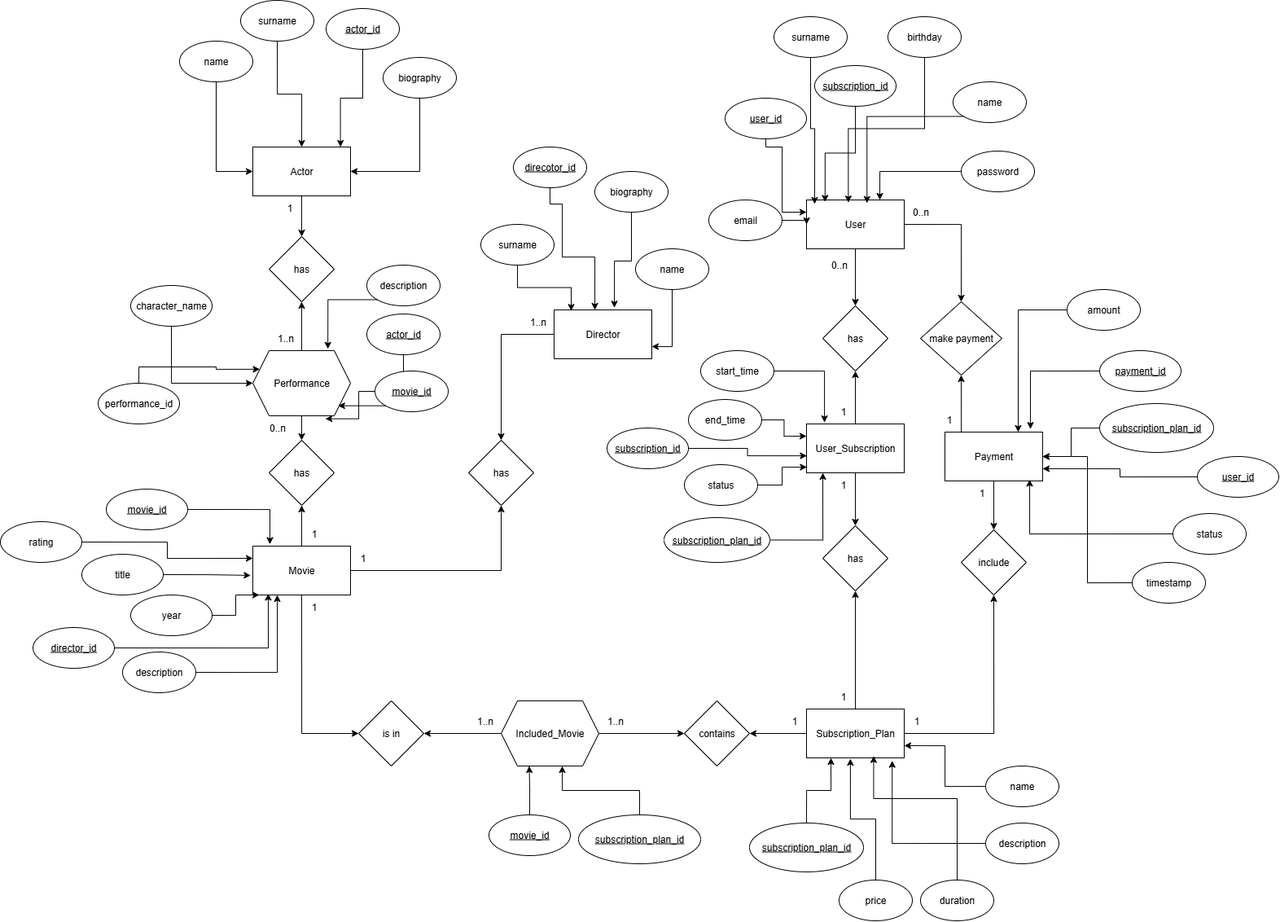
Before: lab1/сhen-notation-streaming-service.png, a diagram exported from draw.io (StudentPP1/KPI). Source tidied: cells renumbered, new cells last; positions are measured from the earlier drawing's top-left corner, leaving out a move shared by most shapes.
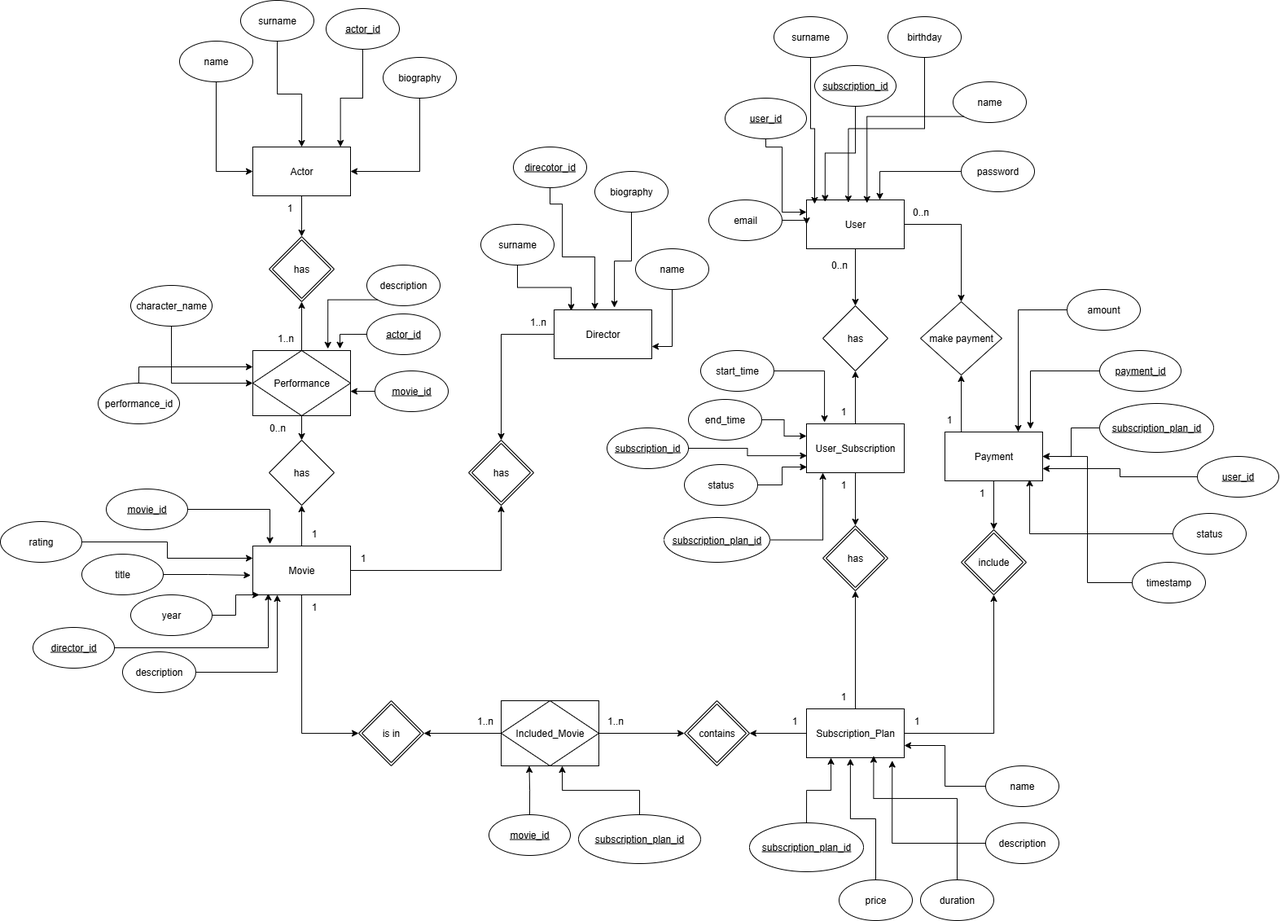
Above is the later version.

Commit message:
feat: fix relationships in chen-notaion

Change to the diagram source:
```diff
@@ -53,7 +53,7 @@
     <mxCell id="18" style="edgeStyle=orthogonalEdgeStyle;rounded=0;jettySize=auto;html=1;exitX=1;exitY=0.5;exitDx=0;exitDy=0;entryX=0;entryY=0.5;entryDx=0;entryDy=0;" parent="1" edge="1" source="19" target="27">
       <mxGeometry relative="1" as="geometry" />
     </mxCell>
-    <mxCell id="19" value="Included_Movie" style="shape=hexagon;perimeter=hexagonPerimeter2;whiteSpace=wrap;html=1;fixedSize=1;" parent="1" vertex="1">
+    <mxCell id="19" value="Included_Movie" style="shape=associativeEntity;whiteSpace=wrap;html=1;fixedSize=1;" parent="1" vertex="1">
       <mxGeometry x="615" y="860" width="120" height="80" as="geometry" />
     </mxCell>
     <mxCell id="20" style="edgeStyle=orthogonalEdgeStyle;rounded=0;jettySize=auto;html=1;exitX=0.5;exitY=0;exitDx=0;exitDy=0;entryX=0.5;entryY=1;entryDx=0;entryDy=0;" parent="1" edge="1" source="22" target="23">
@@ -62,25 +62,25 @@
     <mxCell id="21" style="edgeStyle=orthogonalEdgeStyle;rounded=0;jettySize=auto;html=1;exitX=0.5;exitY=1;exitDx=0;exitDy=0;entryX=0.5;entryY=0;entryDx=0;entryDy=0;" parent="1" edge="1" source="22" target="24">
       <mxGeometry relative="1" as="geometry" />
     </mxCell>
-    <mxCell id="22" value="Performance" style="shape=hexagon;perimeter=hexagonPerimeter2;whiteSpace=wrap;html=1;fixedSize=1;" parent="1" vertex="1">
+    <mxCell id="22" value="Performance" style="shape=associativeEntity;whiteSpace=wrap;html=1;fixedSize=1;" parent="1" vertex="1">
       <mxGeometry x="310" y="430" width="120" height="80" as="geometry" />
     </mxCell>
-    <mxCell id="23" value="has" style="rhombus;whiteSpace=wrap;html=1;" parent="1" vertex="1">
+    <mxCell id="23" value="has" style="whiteSpace=wrap;html=1;shape=rhombus;double=1;perimeter=rhombusPerimeter;" parent="1" vertex="1">
       <mxGeometry x="330" y="290" width="80" height="80" as="geometry" />
     </mxCell>
     <mxCell id="24" value="has" style="rhombus;whiteSpace=wrap;html=1;" parent="1" vertex="1">
       <mxGeometry x="330" y="540" width="80" height="80" as="geometry" />
     </mxCell>
-    <mxCell id="25" value="is in" style="rhombus;whiteSpace=wrap;html=1;" parent="1" vertex="1">
+    <mxCell id="25" value="is in" style="whiteSpace=wrap;html=1;shape=rhombus;double=1;perimeter=rhombusPerimeter;" parent="1" vertex="1">
       <mxGeometry x="440" y="860" width="80" height="80" as="geometry" />
     </mxCell>
-    <mxCell id="26" value="has" style="rhombus;whiteSpace=wrap;html=1;" parent="1" vertex="1">
+    <mxCell id="26" value="has" style="whiteSpace=wrap;html=1;shape=rhombus;double=1;perimeter=rhombusPerimeter;" parent="1" vertex="1">
       <mxGeometry x="575" y="540" width="80" height="80" as="geometry" />
     </mxCell>
-    <mxCell id="27" value="contains" style="rhombus;whiteSpace=wrap;html=1;" parent="1" vertex="1">
+    <mxCell id="27" value="contains" style="whiteSpace=wrap;html=1;shape=rhombus;double=1;perimeter=rhombusPerimeter;" parent="1" vertex="1">
       <mxGeometry x="840" y="860" width="80" height="80" as="geometry" />
     </mxCell>
-    <mxCell id="28" value="has" style="rhombus;whiteSpace=wrap;html=1;" parent="1" vertex="1">
+    <mxCell id="28" value="has" style="whiteSpace=wrap;html=1;shape=rhombus;double=1;perimeter=rhombusPerimeter;" parent="1" vertex="1">
       <mxGeometry x="1010" y="645" width="80" height="80" as="geometry" />
     </mxCell>
     <mxCell id="29" value="1" style="text;html=1;align=center;verticalAlign=middle;strokeColor=none;fillColor=none;" parent="1" vertex="1">
@@ -147,7 +147,7 @@
     <mxCell id="48" value="make payment" style="rhombus;whiteSpace=wrap;html=1;" parent="1" vertex="1">
       <mxGeometry x="1130" y="370" width="100" height="90" as="geometry" />
     </mxCell>
-    <mxCell id="49" value="include" style="rhombus;whiteSpace=wrap;html=1;" parent="1" vertex="1">
+    <mxCell id="49" value="include" style="whiteSpace=wrap;html=1;shape=rhombus;double=1;perimeter=rhombusPerimeter;" parent="1" vertex="1">
       <mxGeometry x="1180" y="650" width="80" height="80" as="geometry" />
     </mxCell>
     <mxCell id="50" value="1" style="text;html=1;align=center;verticalAlign=middle;strokeColor=none;fillColor=none;" parent="1" vertex="1">
@@ -213,15 +213,9 @@
     <mxCell id="70" style="edgeStyle=orthogonalEdgeStyle;rounded=0;jettySize=auto;html=1;exitX=0;exitY=1;exitDx=0;exitDy=0;entryX=0.768;entryY=-0.027;entryDx=0;entryDy=0;entryPerimeter=0;" parent="1" edge="1" source="68" target="22">
       <mxGeometry relative="1" as="geometry" />
     </mxCell>
-    <mxCell id="71" style="edgeStyle=orthogonalEdgeStyle;rounded=0;jettySize=auto;html=1;exitX=0.5;exitY=1;exitDx=0;exitDy=0;entryX=0.873;entryY=0.846;entryDx=0;entryDy=0;entryPerimeter=0;" parent="1" edge="1" source="69" target="22">
-      <mxGeometry relative="1" as="geometry" />
-    </mxCell>
     <mxCell id="72" value="&lt;span style=&quot;color: rgb(0, 0, 0); background-color: transparent;&quot;&gt;&lt;u&gt;movie_id&lt;/u&gt;&lt;/span&gt;" style="ellipse;whiteSpace=wrap;html=1;" parent="1" vertex="1">
       <mxGeometry x="460" y="455" width="90" height="50" as="geometry" />
     </mxCell>
-    <mxCell id="73" style="edgeStyle=orthogonalEdgeStyle;rounded=0;jettySize=auto;html=1;exitX=0;exitY=0.5;exitDx=0;exitDy=0;entryX=0.743;entryY=1.046;entryDx=0;entryDy=0;entryPerimeter=0;" parent="1" edge="1" source="72" target="22">
-      <mxGeometry relative="1" as="geometry" />
-    </mxCell>
     <mxCell id="74" value="&lt;u&gt;movie_id&lt;/u&gt;" style="ellipse;whiteSpace=wrap;html=1;" parent="1" vertex="1">
       <mxGeometry x="130" y="600" width="100" height="50" as="geometry" />
     </mxCell>
@@ -451,5 +445,14 @@
     <mxCell id="143" style="edgeStyle=orthogonalEdgeStyle;rounded=0;jettySize=auto;html=1;exitX=0;exitY=1;exitDx=0;exitDy=0;entryX=0.619;entryY=0.064;entryDx=0;entryDy=0;entryPerimeter=0;" parent="1" edge="1" source="133" target="43">
       <mxGeometry relative="1" as="geometry" />
     </mxCell>
+    <mxCell id="144" style="edgeStyle=orthogonalEdgeStyle;rounded=0;orthogonalLoop=1;jettySize=auto;html=1;exitX=0.5;exitY=1;exitDx=0;exitDy=0;" parent="1" edge="1" source="69" target="69">
+      <mxGeometry relative="1" as="geometry" />
+    </mxCell>
+    <mxCell id="71" style="edgeStyle=orthogonalEdgeStyle;rounded=0;jettySize=auto;html=1;exitX=0;exitY=0.5;exitDx=0;exitDy=0;entryX=0.892;entryY=-0.028;entryDx=0;entryDy=0;entryPerimeter=0;" parent="1" edge="1" source="69" target="22">
+      <mxGeometry relative="1" as="geometry" />
+    </mxCell>
+    <mxCell id="73" style="edgeStyle=orthogonalEdgeStyle;rounded=0;jettySize=auto;html=1;exitX=0;exitY=0.5;exitDx=0;exitDy=0;entryX=0.999;entryY=0.62;entryDx=0;entryDy=0;entryPerimeter=0;" parent="1" edge="1" source="72" target="22">
+      <mxGeometry relative="1" as="geometry" />
+    </mxCell>
   </root>
 </mxGraphModel>
```
